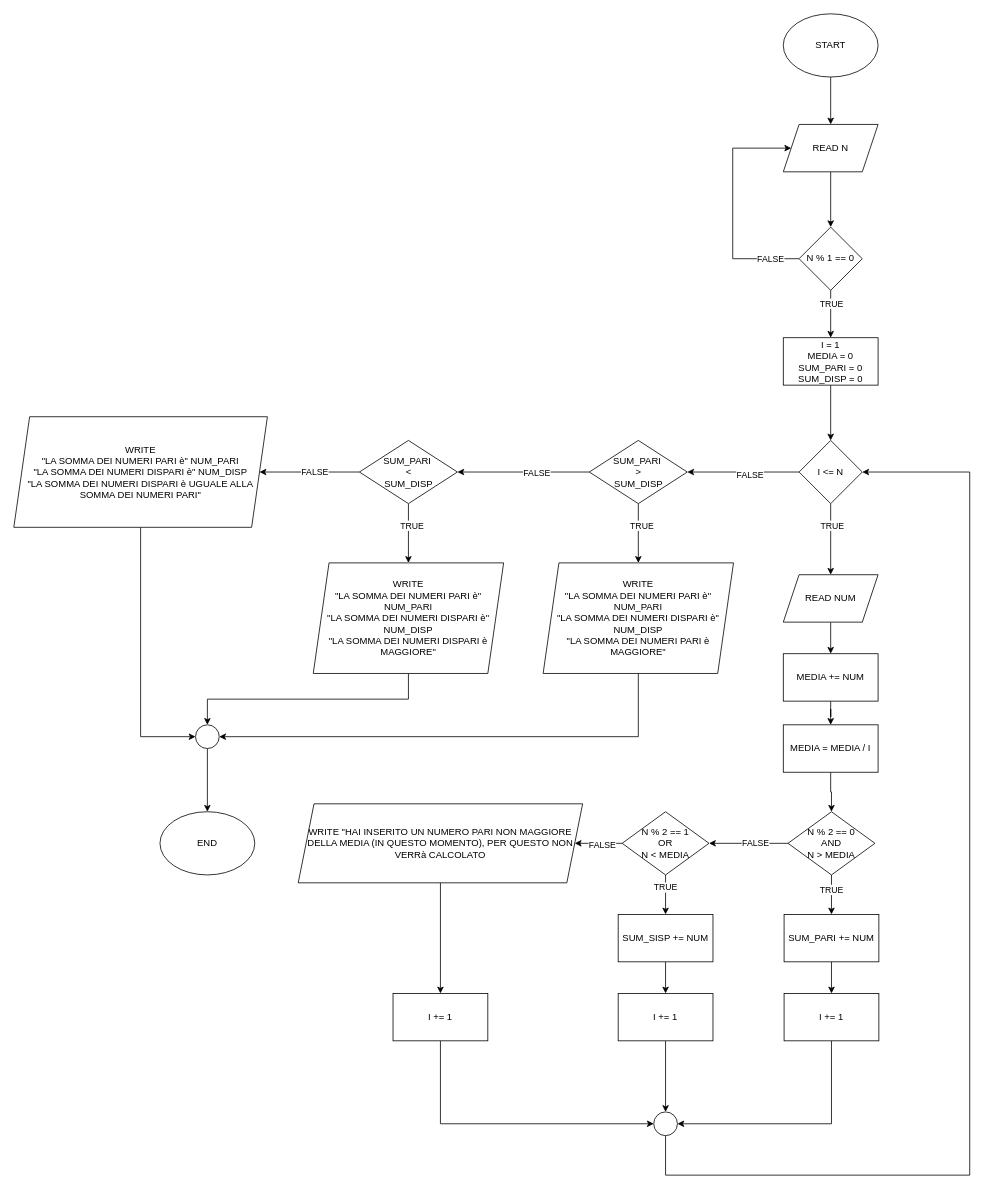
Before: lezione3/Diagrammi di flusso/es18afteredit.drawio in RiccardoLeonori/ITS-academy, a draw.io diagram. Source tidied: cells renumbered, new cells numbered last; positions are measured from the earlier drawing's top-left corner, leaving out a move shared by most shapes. Both pictures are drawn from the tidied source at 79%, with x=0, y=0 at pixel (13, 13).
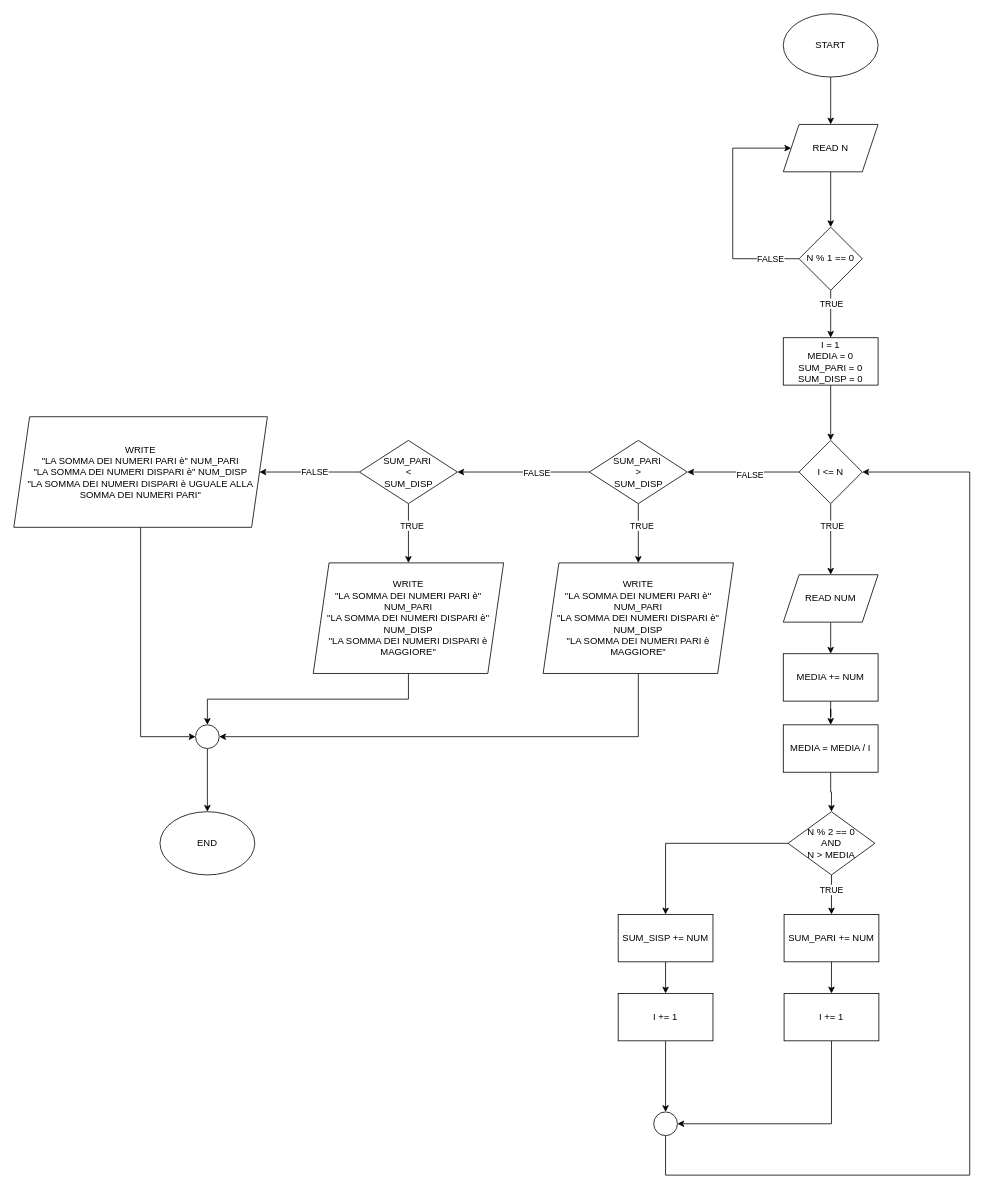
Above is the later version.

Commit message:
esercizio 18 dopo la correzione della traccia

The change refers to these unchanged cells:
```xml
<mxCell id="19" value="N % 2 == 0&lt;div&gt;AND&lt;/div&gt;&lt;div&gt;N &amp;gt; MEDIA&lt;/div&gt;" style="rhombus;whiteSpace=wrap;html=1;" parent="1" vertex="1">
  <mxGeometry x="980" y="1010" width="110" height="80" as="geometry" />
</mxCell>
<mxCell id="34" value="SUM_SISP += NUM" style="whiteSpace=wrap;html=1;" parent="1" vertex="1">
  <mxGeometry x="765" y="1140" width="120" height="60" as="geometry" />
</mxCell>
<mxCell id="42" style="ellipse;whiteSpace=wrap;html=1;" parent="1" vertex="1">
  <mxGeometry x="810" y="1390" width="30" height="30" as="geometry" />
</mxCell>
```

Diff of the diagram source:
```diff
@@
-    <mxCell id="17" style="edgeStyle=orthogonalEdgeStyle;rounded=0;jettySize=auto;html=1;" parent="1" edge="1" source="19" target="32">
-      <mxGeometry relative="1" as="geometry" />
-    </mxCell>
-    <mxCell id="18" value="FALSE" style="edgeLabel;html=1;align=center;verticalAlign=middle;" parent="17" vertex="1">
-      <mxGeometry x="-0.17" y="-1" relative="1" as="geometry" />
-    </mxCell>
+    <mxCell id="67" style="edgeStyle=orthogonalEdgeStyle;rounded=0;jettySize=auto;html=1;exitX=0;exitY=0.5;exitDx=0;exitDy=0;entryX=0.5;entryY=0;entryDx=0;entryDy=0;" parent="1" edge="1" source="19" target="34">
+      <mxGeometry relative="1" as="geometry" />
+    </mxCell>
@@
-    <mxCell id="28" style="edgeStyle=orthogonalEdgeStyle;rounded=0;jettySize=auto;html=1;" parent="1" edge="1" source="32" target="34">
-      <mxGeometry relative="1" as="geometry" />
-    </mxCell>
-    <mxCell id="29" value="TRUE" style="edgeLabel;html=1;align=center;verticalAlign=middle;" parent="28" vertex="1">
-      <mxGeometry x="-0.39" y="-1" relative="1" as="geometry" />
-    </mxCell>
-    <mxCell id="30" style="edgeStyle=orthogonalEdgeStyle;rounded=0;jettySize=auto;html=1;" parent="1" edge="1" source="32" target="38">
-      <mxGeometry relative="1" as="geometry" />
-    </mxCell>
-    <mxCell id="31" value="FALSE" style="edgeLabel;html=1;align=center;verticalAlign=middle;" parent="30" vertex="1">
-      <mxGeometry x="-0.12" y="1" relative="1" as="geometry" />
-    </mxCell>
-    <mxCell id="32" value="N % 2 == 1&lt;div&gt;OR&lt;/div&gt;&lt;div&gt;N &amp;lt; MEDIA&lt;/div&gt;" style="rhombus;whiteSpace=wrap;html=1;" parent="1" vertex="1">
-      <mxGeometry x="770" y="1010" width="110" height="80" as="geometry" />
-    </mxCell>
@@
-    <mxCell id="37" style="edgeStyle=orthogonalEdgeStyle;rounded=0;jettySize=auto;html=1;" parent="1" edge="1" source="38" target="40">
-      <mxGeometry relative="1" as="geometry" />
-    </mxCell>
-    <mxCell id="38" value="WRITE &quot;HAI INSERITO UN NUMERO PARI NON MAGGIORE DELLA MEDIA (IN QUESTO MOMENTO), PER QUESTO NON VERRà CALCOLATO" style="shape=parallelogram;perimeter=parallelogramPerimeter;whiteSpace=wrap;html=1;fixedSize=1;" parent="1" vertex="1">
-      <mxGeometry x="360" y="1000" width="360" height="100" as="geometry" />
-    </mxCell>
-    <mxCell id="39" style="edgeStyle=orthogonalEdgeStyle;rounded=0;jettySize=auto;html=1;exitX=0.5;exitY=1;exitDx=0;exitDy=0;entryX=0;entryY=0.5;entryDx=0;entryDy=0;" parent="1" edge="1" source="40" target="42">
-      <mxGeometry relative="1" as="geometry" />
-    </mxCell>
-    <mxCell id="40" value="I += 1" style="whiteSpace=wrap;html=1;" parent="1" vertex="1">
-      <mxGeometry x="480" y="1240" width="120" height="60" as="geometry" />
-    </mxCell>
```
